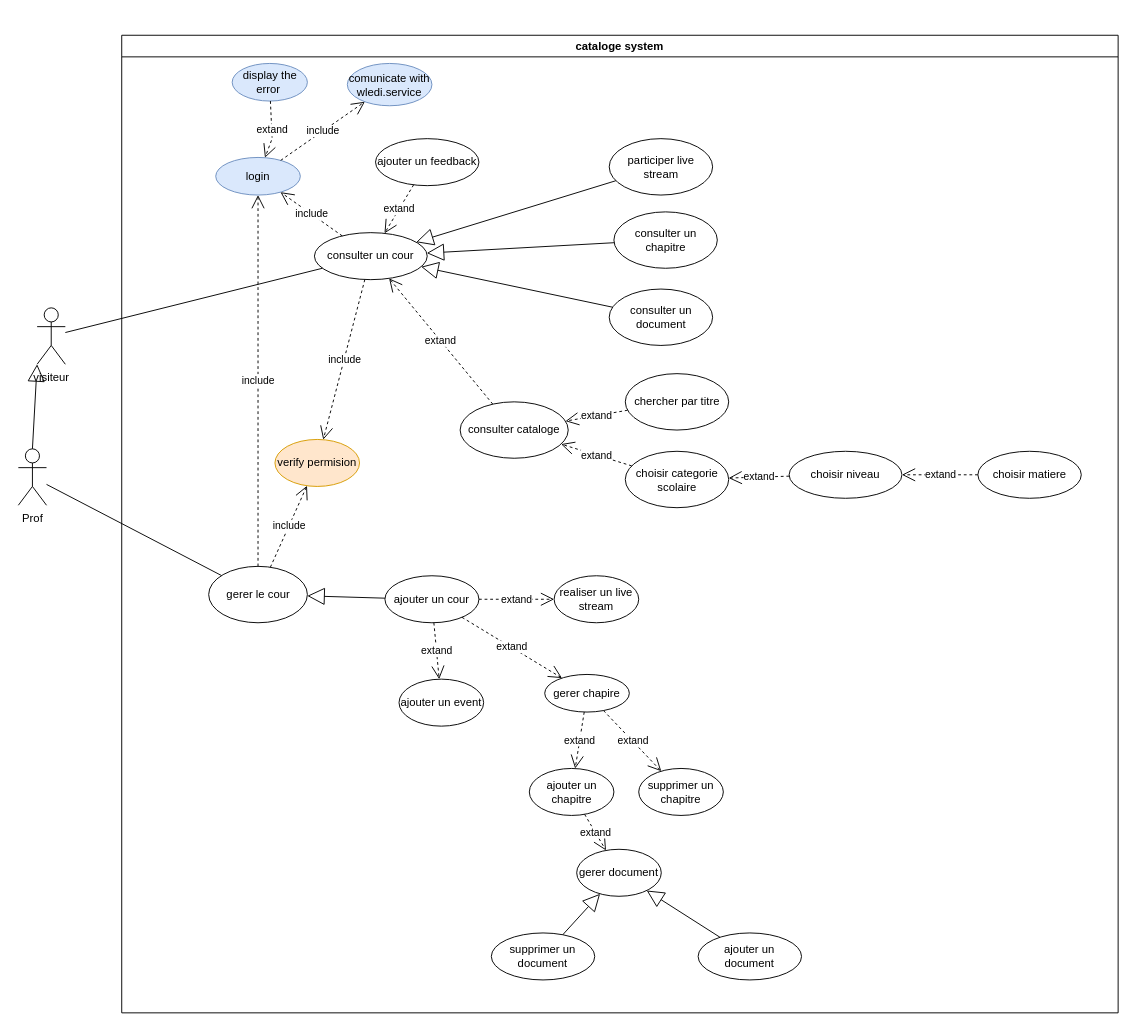
The draw.io diagram use_case_catalog.drawio in faresUnderScore999/test1.0, before the edit. Source tidied: cells renumbered, new cells numbered last; positions are measured from the earlier drawing's top-left corner, leaving out a move shared by most shapes. Both pictures are drawn from the tidied source at 94%, with x=0, y=0 at pixel (18, 35).
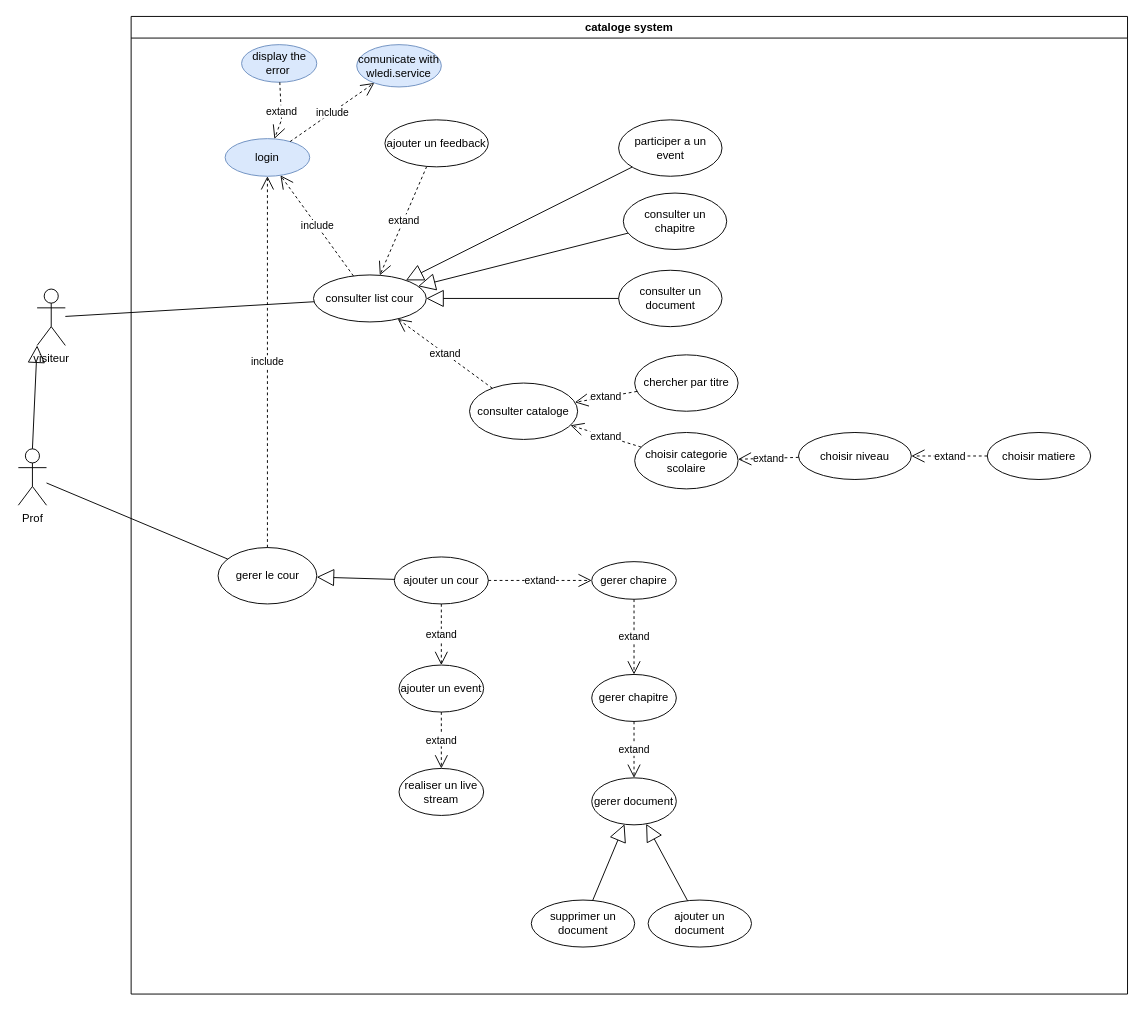
The same page after the edit.

Commit message:
Mettre à jour use_case_catalog.drawio

Unchanged cells that the change refers to:
```xml
<mxCell id="19" value="gerer le cour" style="ellipse;whiteSpace=wrap;html=1;" parent="3" vertex="1">
  <mxGeometry x="92.5" y="565" width="105" height="60" as="geometry" />
</mxCell>
<mxCell id="20" value="ajouter un cour" style="ellipse;whiteSpace=wrap;html=1;" parent="3" vertex="1">
  <mxGeometry x="280" y="575" width="100" height="50" as="geometry" />
</mxCell>
```

What changed in the source:
```diff
@@
     <mxCell id="3" value="cataloge system" style="swimlane;whiteSpace=wrap;html=1;" parent="1" vertex="1">
-      <mxGeometry x="110" width="1060" height="1040" as="geometry" />
+      <mxGeometry x="120" y="-20" width="1060" height="1040" as="geometry" />
     </mxCell>
@@
-    <mxCell id="7" value="verify permision" style="ellipse;whiteSpace=wrap;html=1;fillColor=#ffe6cc;strokeColor=#d79b00;" parent="3" vertex="1">
-      <mxGeometry x="163" y="430" width="90" height="50" as="geometry" />
-    </mxCell>
-    <mxCell id="8" value="include" style="endArrow=open;endSize=12;dashed=1;html=1;rounded=0;" parent="3" edge="1" source="19" target="7">
-      <mxGeometry relative="1" as="geometry" />
-    </mxCell>
@@
-    <mxCell id="11" value="consulter un cour" style="ellipse;whiteSpace=wrap;html=1;" parent="3" vertex="1">
-      <mxGeometry x="205" y="210" width="120" height="50" as="geometry" />
+    <mxCell id="11" value="consulter list cour" style="ellipse;whiteSpace=wrap;html=1;" parent="3" vertex="1">
+      <mxGeometry x="194" y="275" width="120" height="50" as="geometry" />
     </mxCell>
@@
-    <mxCell id="21" value="ajouter un chapitre" style="ellipse;whiteSpace=wrap;html=1;" parent="3" vertex="1">
-      <mxGeometry x="433.6" y="780" width="90" height="50" as="geometry" />
+    <mxCell id="21" value="gerer chapitre" style="ellipse;whiteSpace=wrap;html=1;" parent="3" vertex="1">
+      <mxGeometry x="490" y="700" width="90" height="50" as="geometry" />
     </mxCell>
     <mxCell id="22" value="ajouter un event" style="ellipse;whiteSpace=wrap;html=1;" parent="3" vertex="1">
-      <mxGeometry x="295" y="685" width="90" height="50" as="geometry" />
+      <mxGeometry x="285" y="690" width="90" height="50" as="geometry" />
     </mxCell>
@@
     <mxCell id="25" value="gerer document" style="ellipse;whiteSpace=wrap;html=1;" parent="3" vertex="1">
-      <mxGeometry x="484" y="866" width="90" height="50" as="geometry" />
+      <mxGeometry x="490" y="810" width="90" height="50" as="geometry" />
     </mxCell>
@@
     <mxCell id="27" value="ajouter un document" style="ellipse;whiteSpace=wrap;html=1;" parent="3" vertex="1">
-      <mxGeometry x="613.2" y="955" width="110" height="50" as="geometry" />
+      <mxGeometry x="550" y="940" width="110" height="50" as="geometry" />
     </mxCell>
@@
     <mxCell id="29" value="supprimer un document" style="ellipse;whiteSpace=wrap;html=1;" parent="3" vertex="1">
-      <mxGeometry x="393.2" y="955" width="110" height="50" as="geometry" />
+      <mxGeometry x="425.7" y="940" width="110" height="50" as="geometry" />
     </mxCell>
@@
     <mxCell id="31" value="realiser un live&lt;div&gt;stream&lt;/div&gt;" style="ellipse;whiteSpace=wrap;html=1;" parent="3" vertex="1">
-      <mxGeometry x="460" y="575" width="90" height="50" as="geometry" />
+      <mxGeometry x="285" y="800" width="90" height="50" as="geometry" />
     </mxCell>
-    <mxCell id="32" value="extand" style="endArrow=open;endSize=12;dashed=1;html=1;rounded=0;" parent="3" edge="1" source="20" target="31">
+    <mxCell id="32" value="extand" style="endArrow=open;endSize=12;dashed=1;html=1;rounded=0;exitX=0.5;exitY=1;exitDx=0;exitDy=0;" parent="3" edge="1" source="22" target="31">
       <mxGeometry relative="1" as="geometry" />
     </mxCell>
@@
-    <mxCell id="38" value="supprimer un chapitre" style="ellipse;whiteSpace=wrap;html=1;" parent="3" vertex="1">
-      <mxGeometry x="550" y="780" width="90" height="50" as="geometry" />
-    </mxCell>
-    <mxCell id="39" value="extand" style="endArrow=open;endSize=12;dashed=1;html=1;rounded=0;" parent="3" edge="1" source="40" target="38">
-      <mxGeometry relative="1" as="geometry" />
-    </mxCell>
     <mxCell id="40" value="gerer chapire" style="ellipse;whiteSpace=wrap;html=1;" parent="3" vertex="1">
-      <mxGeometry x="450" y="680" width="90" height="40" as="geometry" />
+      <mxGeometry x="490" y="580" width="90" height="40" as="geometry" />
     </mxCell>
@@
-    <mxCell id="42" value="include" style="endArrow=open;endSize=12;dashed=1;html=1;rounded=0;" parent="3" edge="1" source="11" target="7">
-      <mxGeometry relative="1" as="geometry" />
-    </mxCell>
-    <mxCell id="43" value="participer live stream" style="ellipse;whiteSpace=wrap;html=1;" parent="3" vertex="1">
+    <mxCell id="43" value="participer a un event" style="ellipse;whiteSpace=wrap;html=1;" parent="3" vertex="1">
       <mxGeometry x="518.6" y="110" width="110" height="60" as="geometry" />
     </mxCell>
@@
     <mxCell id="53" value="visiteur" style="shape=umlActor;verticalLabelPosition=bottom;verticalAlign=top;html=1;" parent="1" vertex="1">
-      <mxGeometry x="20" y="290" width="30" height="60" as="geometry" />
+      <mxGeometry x="20" y="270" width="30" height="60" as="geometry" />
     </mxCell>
```
